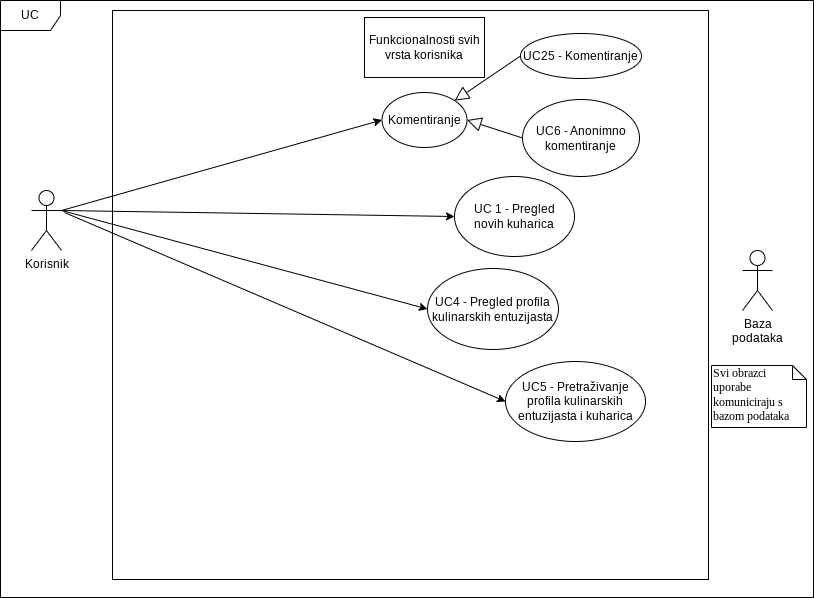
Before: Dokumentacija/dijagrami/dijagram-obrazaca-uporabe-za-sve-korisnike.png, a diagram exported from draw.io (glatkobrasno/wall-e-zohari). Source tidied: cells renumbered, new cells last; positions are measured from the earlier drawing's top-left corner, leaving out a move shared by most shapes. Source of this version:
```xml
<mxGraphModel>
  <root>
    <mxCell id="0" />
    <mxCell id="1" parent="0" />
    <mxCell id="2" style="html=1;whiteSpace=wrap;" parent="1" vertex="1">
      <mxGeometry x="112" y="10" width="596" height="569" as="geometry" />
    </mxCell>
    <mxCell id="3" value="Korisnik" style="shape=umlActor;verticalLabelPosition=bottom;verticalAlign=top;html=1;outlineConnect=0;labelBackgroundColor=none;rounded=0;" parent="1" vertex="1">
      <mxGeometry x="31" y="190" width="30" height="60" as="geometry" />
    </mxCell>
    <mxCell id="4" value="Baza&lt;br&gt;podataka" style="shape=umlActor;verticalLabelPosition=bottom;verticalAlign=top;html=1;" parent="1" vertex="1">
      <mxGeometry x="742" y="250" width="30" height="60" as="geometry" />
    </mxCell>
    <mxCell id="5" value="UC" style="shape=umlFrame;whiteSpace=wrap;html=1;" parent="1" vertex="1">
      <mxGeometry width="813" height="597" as="geometry" />
    </mxCell>
    <mxCell id="6" value="Funkcionalnosti svih vrsta korisnika" style="rounded=0;whiteSpace=wrap;html=1;" parent="1" vertex="1">
      <mxGeometry x="364" y="17" width="120" height="60" as="geometry" />
    </mxCell>
    <mxCell id="7" value="UC 1 - Pregled&lt;br&gt;novih kuharica" style="ellipse;whiteSpace=wrap;html=1;" parent="1" vertex="1">
      <mxGeometry x="454" y="176" width="120" height="80" as="geometry" />
    </mxCell>
    <mxCell id="8" style="endArrow=classic;html=1;exitX=1;exitY=0.3333333333333333;exitDx=0;exitDy=0;exitPerimeter=0;entryX=0;entryY=0.5;entryDx=0;entryDy=0;" parent="1" edge="1" source="3" target="7">
      <mxGeometry relative="1" as="geometry" />
    </mxCell>
    <mxCell id="9" value="Komentiranje" style="ellipse;whiteSpace=wrap;html=1;" parent="1" vertex="1">
      <mxGeometry x="381.5" y="92" width="85" height="55" as="geometry" />
    </mxCell>
    <mxCell id="10" value="UC25 - Komentiranje" style="ellipse;whiteSpace=wrap;html=1;" parent="1" vertex="1">
      <mxGeometry x="520" y="33" width="121" height="45" as="geometry" />
    </mxCell>
    <mxCell id="11" value="UC6 - Anonimno komentiranje" style="ellipse;whiteSpace=wrap;html=1;" parent="1" vertex="1">
      <mxGeometry x="522" y="99" width="117" height="77" as="geometry" />
    </mxCell>
    <mxCell id="12" style="endArrow=classic;html=1;exitX=1;exitY=0.3333333333333333;exitDx=0;exitDy=0;exitPerimeter=0;entryX=0;entryY=0.5;entryDx=0;entryDy=0;" parent="1" edge="1" source="3" target="9">
      <mxGeometry relative="1" as="geometry" />
    </mxCell>
    <mxCell id="13" style="edgeStyle=none;html=1;endArrow=block;endFill=0;endSize=12;verticalAlign=bottom;exitX=0;exitY=0.5;exitDx=0;exitDy=0;entryX=1;entryY=0.5;entryDx=0;entryDy=0;" parent="1" edge="1" source="11" target="9">
      <mxGeometry relative="1" as="geometry" />
    </mxCell>
    <mxCell id="14" style="edgeStyle=none;html=1;endArrow=block;endFill=0;endSize=12;verticalAlign=bottom;entryX=1;entryY=0;entryDx=0;entryDy=0;exitX=0;exitY=0.5;exitDx=0;exitDy=0;" parent="1" edge="1" source="10" target="9">
      <mxGeometry relative="1" as="geometry" />
    </mxCell>
    <mxCell id="15" value="UC4 - Pregled profila kulinarskih entuzijasta" style="ellipse;whiteSpace=wrap;html=1;" parent="1" vertex="1">
      <mxGeometry x="427" y="268" width="131" height="81" as="geometry" />
    </mxCell>
    <mxCell id="16" style="endArrow=classic;html=1;rounded=0;exitX=1;exitY=0.3333333333333333;exitDx=0;exitDy=0;exitPerimeter=0;entryX=0;entryY=0.5;entryDx=0;entryDy=0;" parent="1" edge="1" source="3" target="15">
      <mxGeometry relative="1" as="geometry" />
    </mxCell>
    <mxCell id="17" value="UC5 - Pretraživanje profila kulinarskih entuzijasta i kuharica" style="ellipse;whiteSpace=wrap;html=1;" parent="1" vertex="1">
      <mxGeometry x="505" y="361" width="140" height="80" as="geometry" />
    </mxCell>
    <mxCell id="18" style="endArrow=classic;html=1;rounded=0;entryX=0;entryY=0.5;entryDx=0;entryDy=0;" parent="1" edge="1" target="17">
      <mxGeometry relative="1" as="geometry">
        <mxPoint x="64" y="212" as="sourcePoint" />
      </mxGeometry>
    </mxCell>
    <mxCell id="19" value="Svi obrazci uporabe komuniciraju s bazom podataka" style="shape=note;whiteSpace=wrap;html=1;size=14;verticalAlign=top;align=left;spacingTop=-6;rounded=0;shadow=0;comic=0;labelBackgroundColor=none;strokeWidth=1;fontFamily=Verdana;fontSize=12;" parent="1" vertex="1">
      <mxGeometry x="711" y="365" width="95" height="62" as="geometry" />
    </mxCell>
  </root>
</mxGraphModel>
```
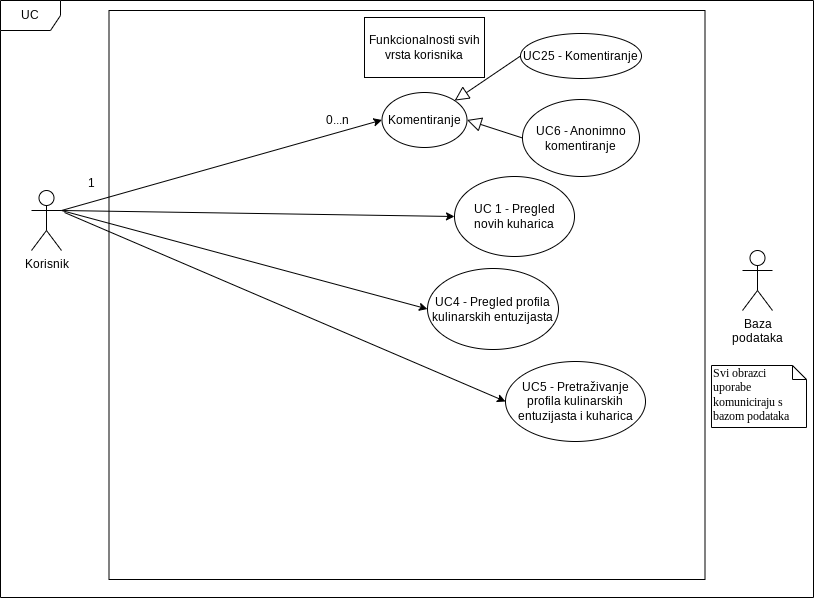
After the commit.

Change to the diagram source:
```diff
@@ -3,7 +3,7 @@
     <mxCell id="0" />
     <mxCell id="1" parent="0" />
     <mxCell id="2" style="html=1;whiteSpace=wrap;" parent="1" vertex="1">
-      <mxGeometry x="112" y="10" width="596" height="569" as="geometry" />
+      <mxGeometry x="108.5" y="10" width="596" height="569" as="geometry" />
     </mxCell>
     <mxCell id="3" value="Korisnik" style="shape=umlActor;verticalLabelPosition=bottom;verticalAlign=top;html=1;outlineConnect=0;labelBackgroundColor=none;rounded=0;" parent="1" vertex="1">
       <mxGeometry x="31" y="190" width="30" height="60" as="geometry" />
@@ -58,5 +58,11 @@
     <mxCell id="19" value="Svi obrazci uporabe komuniciraju s bazom podataka" style="shape=note;whiteSpace=wrap;html=1;size=14;verticalAlign=top;align=left;spacingTop=-6;rounded=0;shadow=0;comic=0;labelBackgroundColor=none;strokeWidth=1;fontFamily=Verdana;fontSize=12;" parent="1" vertex="1">
       <mxGeometry x="711" y="365" width="95" height="62" as="geometry" />
     </mxCell>
+    <mxCell id="20" value="0...n&lt;br&gt;" style="text;html=1;strokeColor=none;fillColor=none;align=center;verticalAlign=middle;whiteSpace=wrap;rounded=0;" parent="1" vertex="1">
+      <mxGeometry x="307" y="104.5" width="60" height="30" as="geometry" />
+    </mxCell>
+    <mxCell id="21" value="1" style="text;html=1;strokeColor=none;fillColor=none;align=center;verticalAlign=middle;whiteSpace=wrap;rounded=0;" parent="1" vertex="1">
+      <mxGeometry x="61" y="168" width="60" height="30" as="geometry" />
+    </mxCell>
   </root>
 </mxGraphModel>
```
